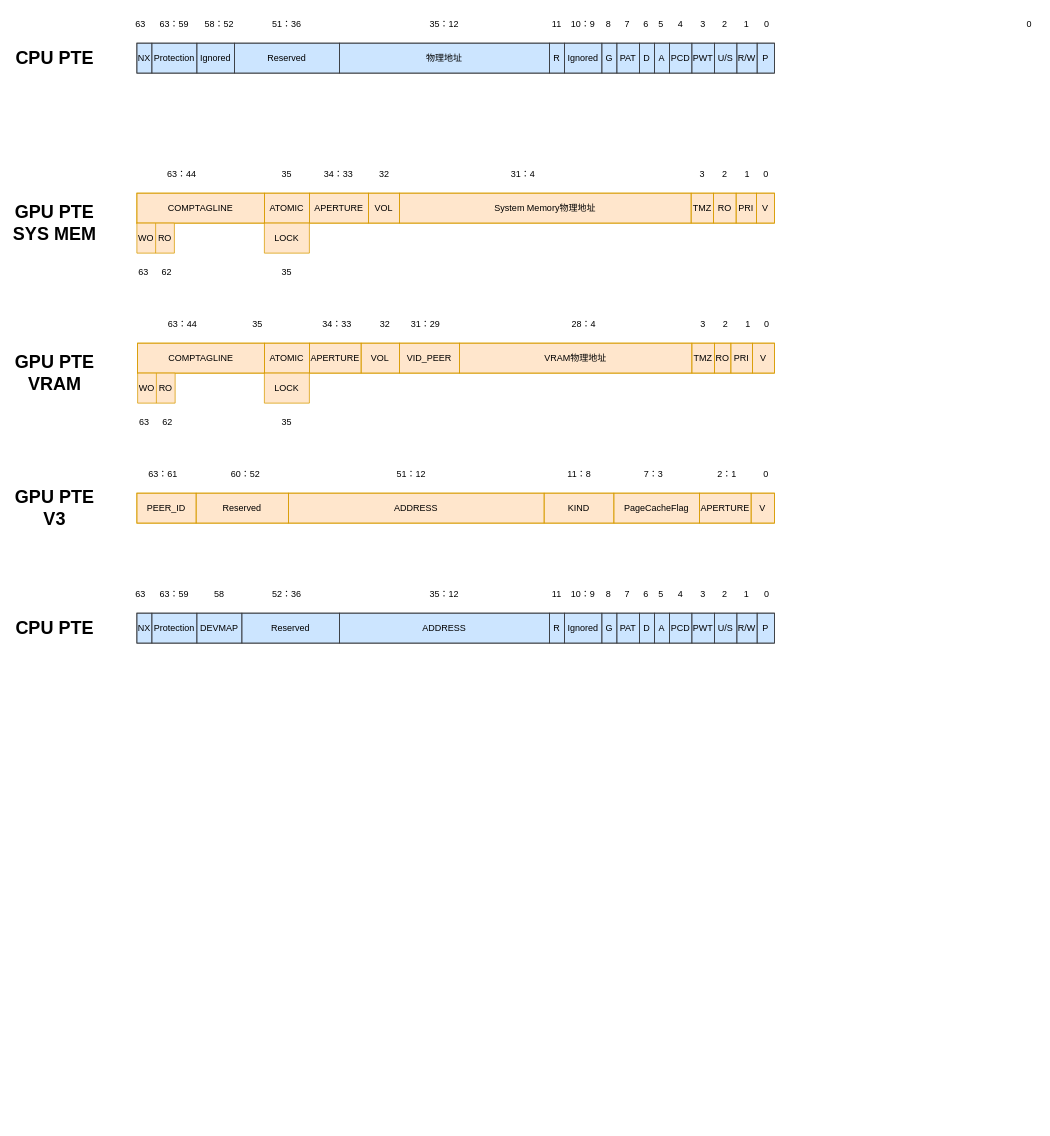
Above: memory.drawio in raykwok1150/draw.io (draw.io), before the change. Source tidied: cells renumbered, new cells numbered last; positions are measured from the earlier drawing's top-left corner, leaving out a move shared by most shapes. Both pictures are drawn from the tidied source at 75%, with x=0, y=0 at pixel (16, 13).
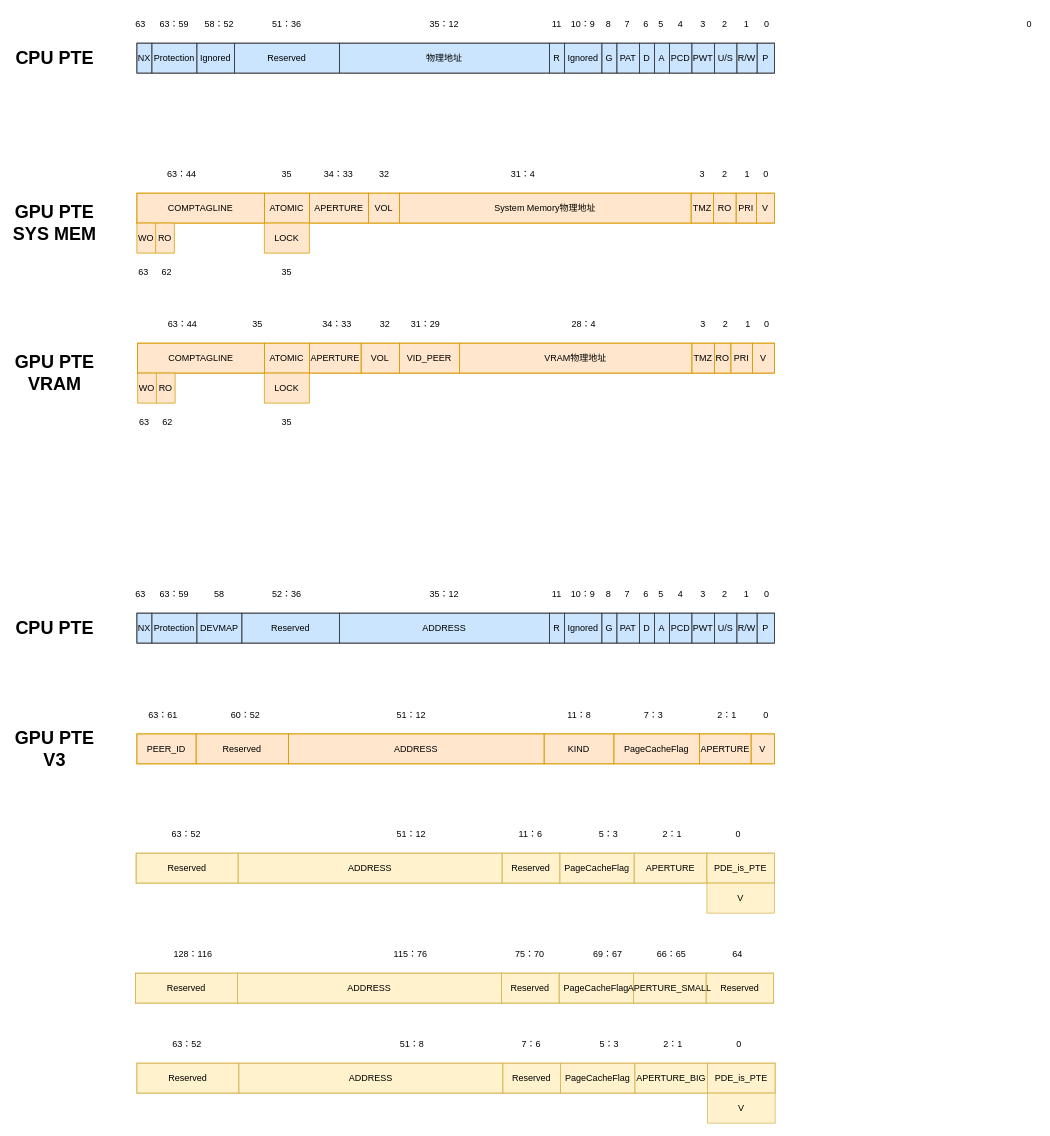
Above is the later version.

Diff of the diagram source:
```diff
@@
     <mxCell id="102" style="childLayout=tableLayout;shadow=0;fillColor=#ffe6cc;strokeColor=#d79b00;glass=0;rounded=0;" parent="1" vertex="1">
-      <mxGeometry x="160" y="640" width="850" height="40" as="geometry" />
+      <mxGeometry x="160" y="961" width="850" height="40" as="geometry" />
     </mxCell>
@@
     <mxCell id="111" value="0" style="text;html=1;align=center;verticalAlign=middle;whiteSpace=wrap;rounded=0;" parent="1" vertex="1">
-      <mxGeometry x="989" y="600" width="20" height="30" as="geometry" />
+      <mxGeometry x="989" y="921" width="20" height="30" as="geometry" />
     </mxCell>
     <mxCell id="112" value="2：1" style="text;html=1;align=center;verticalAlign=middle;whiteSpace=wrap;rounded=0;" parent="1" vertex="1">
-      <mxGeometry x="922" y="600" width="50" height="30" as="geometry" />
+      <mxGeometry x="922" y="921" width="50" height="30" as="geometry" />
     </mxCell>
     <mxCell id="113" value="7：3" style="text;html=1;align=center;verticalAlign=middle;whiteSpace=wrap;rounded=0;" parent="1" vertex="1">
-      <mxGeometry x="824" y="600" width="50" height="30" as="geometry" />
+      <mxGeometry x="824" y="921" width="50" height="30" as="geometry" />
     </mxCell>
     <mxCell id="114" value="11：8" style="text;html=1;align=center;verticalAlign=middle;whiteSpace=wrap;rounded=0;" parent="1" vertex="1">
-      <mxGeometry x="725" y="600" width="50" height="30" as="geometry" />
+      <mxGeometry x="725" y="921" width="50" height="30" as="geometry" />
     </mxCell>
     <mxCell id="115" value="51：12" style="text;html=1;align=center;verticalAlign=middle;whiteSpace=wrap;rounded=0;" parent="1" vertex="1">
-      <mxGeometry x="501" y="600" width="50" height="30" as="geometry" />
+      <mxGeometry x="501" y="921" width="50" height="30" as="geometry" />
     </mxCell>
     <mxCell id="116" value="60：52" style="text;html=1;align=center;verticalAlign=middle;whiteSpace=wrap;rounded=0;" parent="1" vertex="1">
-      <mxGeometry x="280" y="600" width="50" height="30" as="geometry" />
+      <mxGeometry x="280" y="921" width="50" height="30" as="geometry" />
     </mxCell>
     <mxCell id="117" value="63：61" style="text;html=1;align=center;verticalAlign=middle;whiteSpace=wrap;rounded=0;" parent="1" vertex="1">
-      <mxGeometry x="170" y="600" width="50" height="30" as="geometry" />
+      <mxGeometry x="170" y="921" width="50" height="30" as="geometry" />
     </mxCell>
     <mxCell id="118" value="GPU PTE&lt;div&gt;V3&lt;/div&gt;" style="text;strokeColor=none;fillColor=none;html=1;fontSize=24;fontStyle=1;verticalAlign=middle;align=center;" parent="1" vertex="1">
-      <mxGeometry y="620" width="100" height="80" as="geometry" />
+      <mxGeometry y="941" width="100" height="80" as="geometry" />
     </mxCell>
@@
+    <mxCell id="154" style="childLayout=tableLayout;shadow=0;fillColor=#fff2cc;strokeColor=#d6b656;glass=0;rounded=0;" parent="1" vertex="1">
+      <mxGeometry x="159" y="1120" width="851" height="40" as="geometry" />
+    </mxCell>
+    <mxCell id="155" style="shape=tableRow;horizontal=0;startSize=0;swimlaneHead=0;swimlaneBody=0;top=0;left=0;bottom=0;right=0;fontStyle=0;fillColor=none;strokeColor=inherit;" parent="154" vertex="1">
+      <mxGeometry width="851" height="40" as="geometry" />
+    </mxCell>
+    <mxCell id="156" value="Reserved" style="strokeColor=inherit;fillColor=none;align=center;whiteSpace=wrap;html=1;" parent="155" vertex="1">
+      <mxGeometry width="136" height="40" as="geometry" />
+    </mxCell>
+    <mxCell id="157" value="ADDRESS" style="strokeColor=inherit;fillColor=none;align=center;whiteSpace=wrap;html=1;" parent="155" vertex="1">
+      <mxGeometry x="136" width="352" height="40" as="geometry" />
+    </mxCell>
+    <mxCell id="158" value="Reserved" style="strokeColor=inherit;fillColor=none;align=center;whiteSpace=wrap;html=1;" parent="155" vertex="1">
+      <mxGeometry x="488" width="77" height="40" as="geometry" />
+    </mxCell>
+    <mxCell id="159" value="PageCacheFlag" style="strokeColor=inherit;fillColor=none;align=center;whiteSpace=wrap;html=1;" parent="155" vertex="1">
+      <mxGeometry x="565" width="99" height="40" as="geometry" />
+    </mxCell>
+    <mxCell id="160" value="APERTURE" style="strokeColor=inherit;fillColor=none;align=center;whiteSpace=wrap;html=1;" parent="155" vertex="1">
+      <mxGeometry x="664" width="97" height="40" as="geometry" />
+    </mxCell>
+    <mxCell id="161" value="PDE_is_PTE" style="strokeColor=inherit;fillColor=none;align=center;whiteSpace=wrap;html=1;" parent="155" vertex="1">
+      <mxGeometry x="761" width="90" height="40" as="geometry" />
+    </mxCell>
+    <mxCell id="162" value="V" style="strokeColor=#d6b656;fillColor=#fff2cc;align=center;whiteSpace=wrap;html=1;" parent="1" vertex="1">
+      <mxGeometry x="920" y="1160" width="90" height="40" as="geometry" />
+    </mxCell>
+    <mxCell id="163" style="childLayout=tableLayout;shadow=0;fillColor=#fff2cc;strokeColor=#d6b656;glass=0;rounded=0;" parent="1" vertex="1">
+      <mxGeometry x="158" y="1280" width="851" height="40" as="geometry" />
+    </mxCell>
+    <mxCell id="164" style="shape=tableRow;horizontal=0;startSize=0;swimlaneHead=0;swimlaneBody=0;top=0;left=0;bottom=0;right=0;fontStyle=0;fillColor=none;strokeColor=inherit;" parent="163" vertex="1">
+      <mxGeometry width="851" height="40" as="geometry" />
+    </mxCell>
+    <mxCell id="165" value="Reserved" style="strokeColor=inherit;fillColor=none;align=center;whiteSpace=wrap;html=1;" parent="164" vertex="1">
+      <mxGeometry width="136" height="40" as="geometry" />
+    </mxCell>
+    <mxCell id="166" value="ADDRESS" style="strokeColor=inherit;fillColor=none;align=center;whiteSpace=wrap;html=1;" parent="164" vertex="1">
+      <mxGeometry x="136" width="352" height="40" as="geometry" />
+    </mxCell>
+    <mxCell id="167" value="Reserved" style="strokeColor=inherit;fillColor=none;align=center;whiteSpace=wrap;html=1;" parent="164" vertex="1">
+      <mxGeometry x="488" width="77" height="40" as="geometry" />
+    </mxCell>
+    <mxCell id="168" value="PageCacheFlag" style="strokeColor=inherit;fillColor=none;align=center;whiteSpace=wrap;html=1;" parent="164" vertex="1">
+      <mxGeometry x="565" width="99" height="40" as="geometry" />
+    </mxCell>
+    <mxCell id="169" value="APERTURE_SMALL" style="strokeColor=inherit;fillColor=none;align=center;whiteSpace=wrap;html=1;" parent="164" vertex="1">
+      <mxGeometry x="664" width="97" height="40" as="geometry" />
+    </mxCell>
+    <mxCell id="170" value="Reserved" style="strokeColor=inherit;fillColor=none;align=center;whiteSpace=wrap;html=1;" parent="164" vertex="1">
+      <mxGeometry x="761" width="90" height="40" as="geometry" />
+    </mxCell>
+    <mxCell id="171" value="0" style="text;html=1;align=center;verticalAlign=middle;whiteSpace=wrap;rounded=0;" parent="1" vertex="1">
+      <mxGeometry x="952" y="1080" width="20" height="30" as="geometry" />
+    </mxCell>
+    <mxCell id="172" value="2：1" style="text;html=1;align=center;verticalAlign=middle;whiteSpace=wrap;rounded=0;" parent="1" vertex="1">
+      <mxGeometry x="849" y="1080" width="50" height="30" as="geometry" />
+    </mxCell>
+    <mxCell id="173" value="5：3" style="text;html=1;align=center;verticalAlign=middle;whiteSpace=wrap;rounded=0;" parent="1" vertex="1">
+      <mxGeometry x="764" y="1080" width="50" height="30" as="geometry" />
+    </mxCell>
+    <mxCell id="174" value="11：6" style="text;html=1;align=center;verticalAlign=middle;whiteSpace=wrap;rounded=0;" parent="1" vertex="1">
+      <mxGeometry x="660" y="1080" width="50" height="30" as="geometry" />
+    </mxCell>
+    <mxCell id="175" value="51：12" style="text;html=1;align=center;verticalAlign=middle;whiteSpace=wrap;rounded=0;" parent="1" vertex="1">
+      <mxGeometry x="501" y="1080" width="50" height="30" as="geometry" />
+    </mxCell>
+    <mxCell id="176" value="63：52" style="text;html=1;align=center;verticalAlign=middle;whiteSpace=wrap;rounded=0;" parent="1" vertex="1">
+      <mxGeometry x="201" y="1080" width="50" height="30" as="geometry" />
+    </mxCell>
+    <mxCell id="177" value="64" style="text;html=1;align=center;verticalAlign=middle;whiteSpace=wrap;rounded=0;" parent="1" vertex="1">
+      <mxGeometry x="951" y="1240" width="20" height="30" as="geometry" />
+    </mxCell>
+    <mxCell id="178" value="66：65" style="text;html=1;align=center;verticalAlign=middle;whiteSpace=wrap;rounded=0;" parent="1" vertex="1">
+      <mxGeometry x="848" y="1240" width="50" height="30" as="geometry" />
+    </mxCell>
+    <mxCell id="179" value="69：67" style="text;html=1;align=center;verticalAlign=middle;whiteSpace=wrap;rounded=0;" parent="1" vertex="1">
+      <mxGeometry x="763" y="1240" width="50" height="30" as="geometry" />
+    </mxCell>
+    <mxCell id="180" value="75：70" style="text;html=1;align=center;verticalAlign=middle;whiteSpace=wrap;rounded=0;" parent="1" vertex="1">
+      <mxGeometry x="659" y="1240" width="50" height="30" as="geometry" />
+    </mxCell>
+    <mxCell id="181" value="115：76" style="text;html=1;align=center;verticalAlign=middle;whiteSpace=wrap;rounded=0;" parent="1" vertex="1">
+      <mxGeometry x="500" y="1240" width="50" height="30" as="geometry" />
+    </mxCell>
+    <mxCell id="182" value="128：116" style="text;html=1;align=center;verticalAlign=middle;whiteSpace=wrap;rounded=0;" parent="1" vertex="1">
+      <mxGeometry x="200" y="1240" width="70" height="30" as="geometry" />
+    </mxCell>
+    <mxCell id="183" style="childLayout=tableLayout;shadow=0;fillColor=#fff2cc;strokeColor=#d6b656;glass=0;rounded=0;" parent="1" vertex="1">
+      <mxGeometry x="160" y="1400" width="851" height="40" as="geometry" />
+    </mxCell>
+    <mxCell id="184" style="shape=tableRow;horizontal=0;startSize=0;swimlaneHead=0;swimlaneBody=0;top=0;left=0;bottom=0;right=0;fontStyle=0;fillColor=none;strokeColor=inherit;" parent="183" vertex="1">
+      <mxGeometry width="851" height="40" as="geometry" />
+    </mxCell>
+    <mxCell id="185" value="Reserved" style="strokeColor=inherit;fillColor=none;align=center;whiteSpace=wrap;html=1;" parent="184" vertex="1">
+      <mxGeometry width="136" height="40" as="geometry" />
+    </mxCell>
+    <mxCell id="186" value="ADDRESS" style="strokeColor=inherit;fillColor=none;align=center;whiteSpace=wrap;html=1;" parent="184" vertex="1">
+      <mxGeometry x="136" width="352" height="40" as="geometry" />
+    </mxCell>
+    <mxCell id="187" value="Reserved" style="strokeColor=inherit;fillColor=none;align=center;whiteSpace=wrap;html=1;" parent="184" vertex="1">
+      <mxGeometry x="488" width="77" height="40" as="geometry" />
+    </mxCell>
+    <mxCell id="188" value="PageCacheFlag" style="strokeColor=inherit;fillColor=none;align=center;whiteSpace=wrap;html=1;" parent="184" vertex="1">
+      <mxGeometry x="565" width="99" height="40" as="geometry" />
+    </mxCell>
+    <mxCell id="189" value="APERTURE_BIG" style="strokeColor=inherit;fillColor=none;align=center;whiteSpace=wrap;html=1;" parent="184" vertex="1">
+      <mxGeometry x="664" width="97" height="40" as="geometry" />
+    </mxCell>
+    <mxCell id="190" value="PDE_is_PTE" style="strokeColor=inherit;fillColor=none;align=center;whiteSpace=wrap;html=1;" parent="184" vertex="1">
+      <mxGeometry x="761" width="90" height="40" as="geometry" />
+    </mxCell>
+    <mxCell id="191" value="V" style="strokeColor=#d6b656;fillColor=#fff2cc;align=center;whiteSpace=wrap;html=1;" parent="1" vertex="1">
+      <mxGeometry x="921" y="1440" width="90" height="40" as="geometry" />
+    </mxCell>
+    <mxCell id="192" value="0" style="text;html=1;align=center;verticalAlign=middle;whiteSpace=wrap;rounded=0;" parent="1" vertex="1">
+      <mxGeometry x="953" y="1360" width="20" height="30" as="geometry" />
+    </mxCell>
+    <mxCell id="193" value="2：1" style="text;html=1;align=center;verticalAlign=middle;whiteSpace=wrap;rounded=0;" parent="1" vertex="1">
+      <mxGeometry x="850" y="1360" width="50" height="30" as="geometry" />
+    </mxCell>
+    <mxCell id="194" value="5：3" style="text;html=1;align=center;verticalAlign=middle;whiteSpace=wrap;rounded=0;" parent="1" vertex="1">
+      <mxGeometry x="765" y="1360" width="50" height="30" as="geometry" />
+    </mxCell>
+    <mxCell id="195" value="7：6" style="text;html=1;align=center;verticalAlign=middle;whiteSpace=wrap;rounded=0;" parent="1" vertex="1">
+      <mxGeometry x="661" y="1360" width="50" height="30" as="geometry" />
+    </mxCell>
+    <mxCell id="196" value="51：8" style="text;html=1;align=center;verticalAlign=middle;whiteSpace=wrap;rounded=0;" parent="1" vertex="1">
+      <mxGeometry x="502" y="1360" width="50" height="30" as="geometry" />
+    </mxCell>
+    <mxCell id="197" value="63：52" style="text;html=1;align=center;verticalAlign=middle;whiteSpace=wrap;rounded=0;" parent="1" vertex="1">
+      <mxGeometry x="202" y="1360" width="50" height="30" as="geometry" />
+    </mxCell>
```
